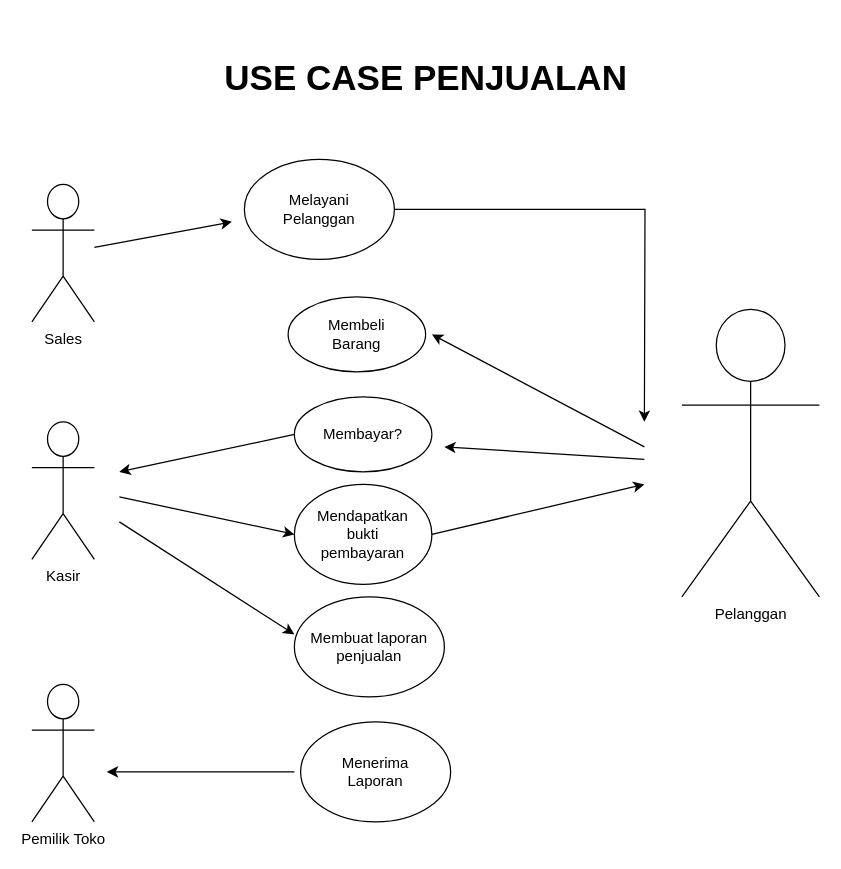
This is use-case penjualan online.drawio from Ardiansyah05/jobsheet1, a draw.io file, before an edit. Source tidied: cells renumbered, new cells numbered last; positions are measured from the earlier drawing's top-left corner, leaving out a move shared by most shapes. Both pictures are drawn from the tidied source at 125%, with x=0, y=0 at pixel (31, 46).
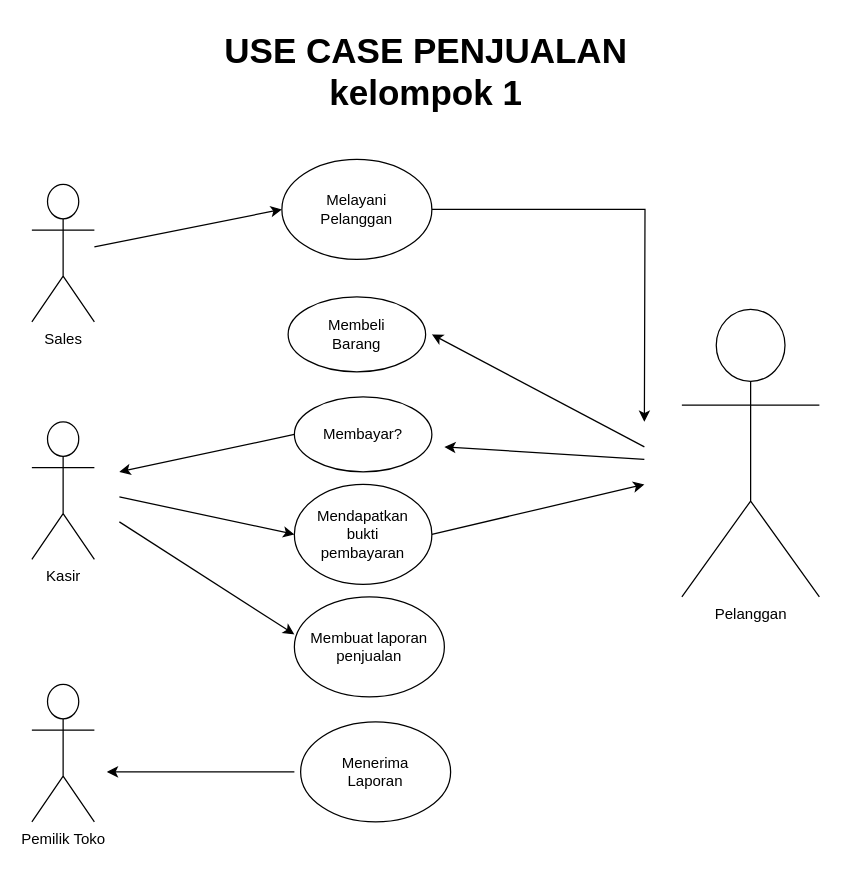
The same page after the edit.

Unchanged cells that the change refers to:
```xml
<mxCell id="2" value="Sales" style="shape=umlActor;verticalLabelPosition=bottom;verticalAlign=top;html=1;outlineConnect=0;" parent="1" vertex="1">
  <mxGeometry y="110" width="50" height="110" as="geometry" />
</mxCell>
```

Diff of the diagram source:
```diff
@@
     <mxCell id="6" value="Melayani &lt;br&gt;Pelanggan" style="ellipse;whiteSpace=wrap;html=1;" parent="1" vertex="1">
-      <mxGeometry x="170" y="90" width="120" height="80" as="geometry" />
+      <mxGeometry x="200" y="90" width="120" height="80" as="geometry" />
     </mxCell>
-    <mxCell id="7" style="endArrow=classic;html=1;rounded=0;" parent="1" edge="1" source="2">
-      <mxGeometry relative="1" as="geometry">
-        <mxPoint x="160" y="140" as="targetPoint" />
-      </mxGeometry>
+    <mxCell id="7" style="endArrow=classic;html=1;rounded=0;entryX=0;entryY=0.5;entryDx=0;entryDy=0;" parent="1" edge="1" source="2" target="6">
+      <mxGeometry relative="1" as="geometry" />
     </mxCell>
@@
-    <mxCell id="21" value="USE CASE PENJUALAN" style="text;html=1;align=center;verticalAlign=middle;strokeColor=none;fillColor=none;fontSize=28;fontStyle=1;" parent="1" vertex="1">
-      <mxGeometry x="140" width="350" height="50" as="geometry" />
+    <mxCell id="21" value="USE CASE PENJUALAN&lt;br&gt;kelompok 1" style="text;html=1;align=center;verticalAlign=middle;strokeColor=none;fillColor=none;fontSize=28;fontStyle=1;" parent="1" vertex="1">
+      <mxGeometry x="140" y="-20" width="350" height="80" as="geometry" />
     </mxCell>
```
